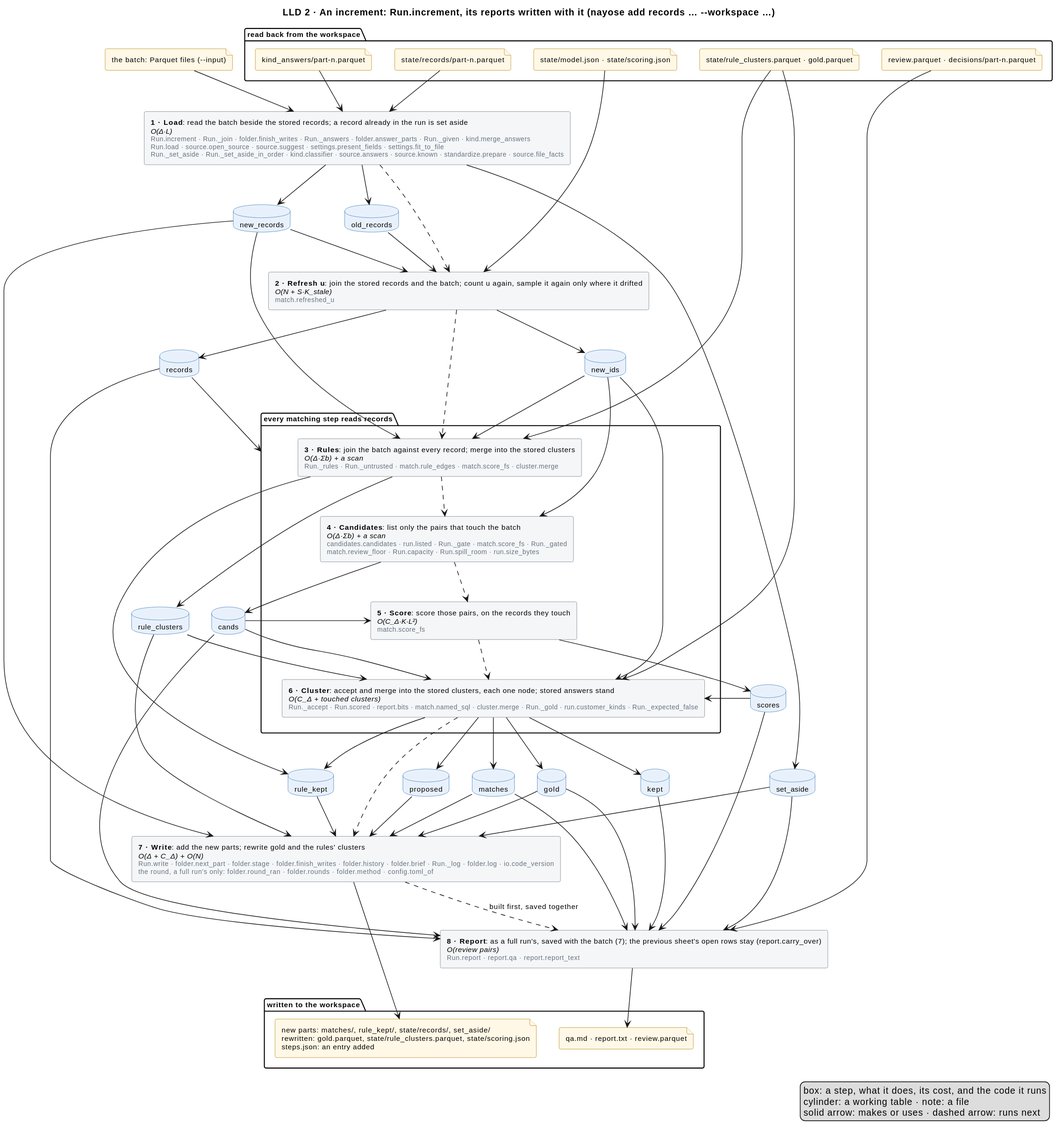
mvsbm/entity_matching keeps this PlantUML diagram as docs/diagrams/increment.svg. Above is the earlier version.
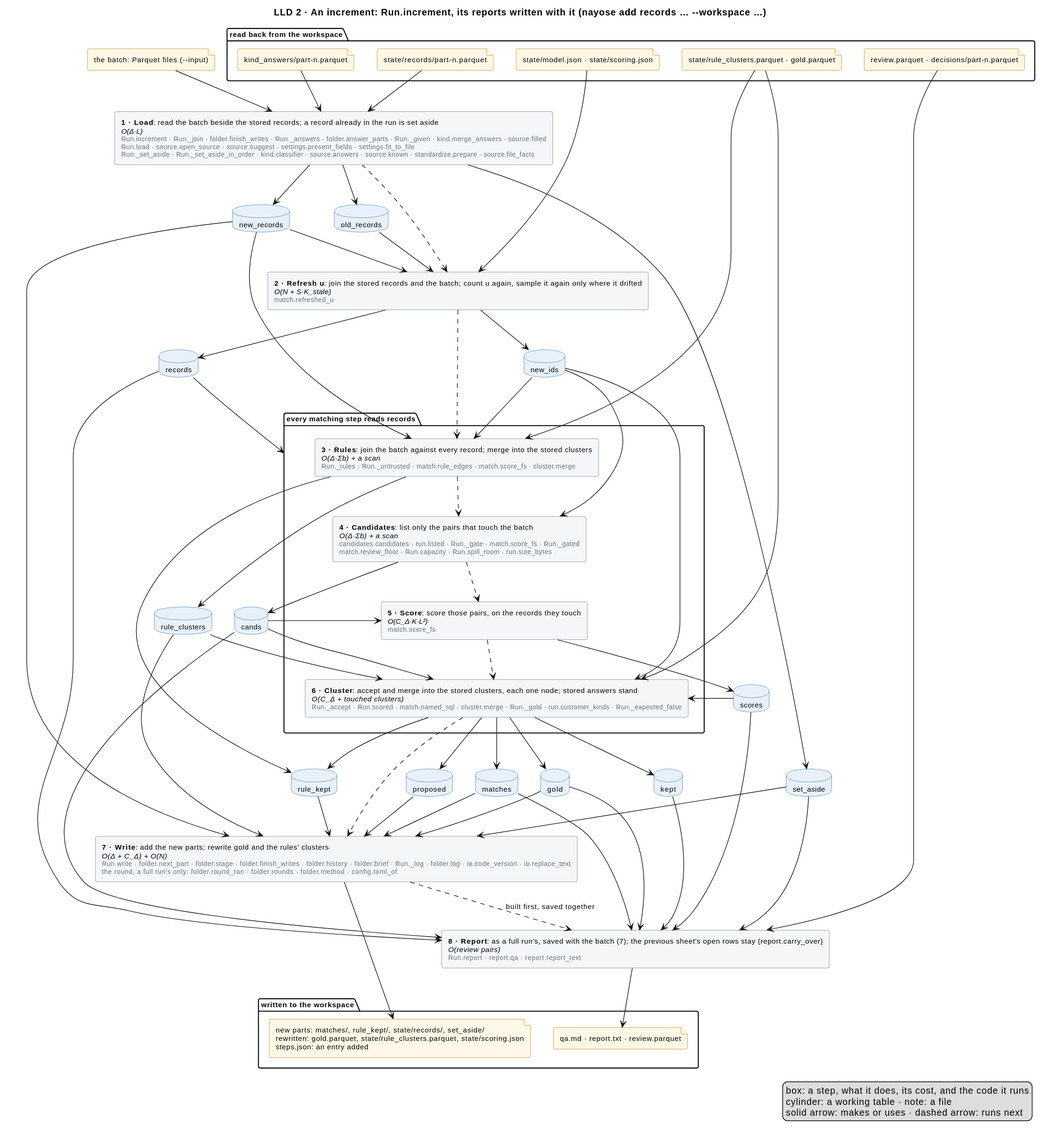
The same file after the commit.

Diff of the diagram source:
```diff
@@ -24,15 +24,15 @@
 file "the batch: Parquet files (~--input)" as f_batch
 
 
-rectangle "<b>1 · Load</b>: read the batch beside the stored records; a record already in the run is set aside\n<i>O(Δ·L)</i>\n<size:10><color:#65717E>Run.increment · Run._join · folder.finish_writes · Run._answers · folder.answer_parts · Run._given · kind.merge_answers</color></size>\n<size:10><color:#65717E>Run.load · source.open_source · source.suggest · settings.present_fields · settings.fit_to_file</color></size>\n<size:10><color:#65717E>Run._set_aside · Run._set_aside_in_order · kind.classifier · source.answers · source.known · standardize.prepare · source.file_facts</color></size>" as load
+rectangle "<b>1 · Load</b>: read the batch beside the stored records; a record already in the run is set aside\n<i>O(Δ·L)</i>\n<size:10><color:#65717E>Run.increment · Run._join · folder.finish_writes · Run._answers · folder.answer_parts · Run._given · kind.merge_answers · source.filled</color></size>\n<size:10><color:#65717E>Run.load · source.open_source · source.suggest · settings.present_fields · settings.fit_to_file</color></size>\n<size:10><color:#65717E>Run._set_aside · Run._set_aside_in_order · kind.classifier · source.answers · source.known · standardize.prepare · source.file_facts</color></size>" as load
 rectangle "<b>2 · Refresh u</b>: join the stored records and the batch; count u again, sample it again only where it drifted\n<i>O(N + S·K_stale)</i>\n<size:10><color:#65717E>match.refreshed_u</color></size>" as fit
 package "every matching step reads records" as matching {
   rectangle "<b>3 · Rules</b>: join the batch against every record; merge into the stored clusters\n<i>O(Δ·Σb) + a scan</i>\n<size:10><color:#65717E>Run._rules · Run._untrusted · match.rule_edges · match.score_fs · cluster.merge</color></size>" as rules
   rectangle "<b>4 · Candidates</b>: list only the pairs that touch the batch\n<i>O(Δ·Σb) + a scan</i>\n<size:10><color:#65717E>candidates.candidates · run.listed · Run._gate · match.score_fs · Run._gated</color></size>\n<size:10><color:#65717E>match.review_floor · Run.capacity · Run.spill_room · run.size_bytes</color></size>" as candidates
   rectangle "<b>5 · Score</b>: score those pairs, on the records they touch\n<i>O(C_Δ·K·L²)</i>\n<size:10><color:#65717E>match.score_fs</color></size>" as score
-  rectangle "<b>6 · Cluster</b>: accept and merge into the stored clusters, each one node; stored answers stand\n<i>O(C_Δ + touched clusters)</i>\n<size:10><color:#65717E>Run._accept · Run.scored · report.bits · match.named_sql · cluster.merge · Run._gold · run.customer_kinds · Run._expected_false</color></size>" as cluster
+  rectangle "<b>6 · Cluster</b>: accept and merge into the stored clusters, each one node; stored answers stand\n<i>O(C_Δ + touched clusters)</i>\n<size:10><color:#65717E>Run._accept · Run.scored · match.named_sql · cluster.merge · Run._gold · run.customer_kinds · Run._expected_false</color></size>" as cluster
 }
-rectangle "<b>7 · Write</b>: add the new parts; rewrite gold and the rules' clusters\n<i>O(Δ + C_Δ) + O(N)</i>\n<size:10><color:#65717E>Run.write · folder.next_part · folder.stage · folder.finish_writes · folder.history · folder.brief · Run._log · folder.log · io.code_version</color></size>\n<size:10><color:#65717E>the round, a full run's only: folder.round_ran · folder.rounds · folder.method · config.toml_of</color></size>" as write
+rectangle "<b>7 · Write</b>: add the new parts; rewrite gold and the rules' clusters\n<i>O(Δ + C_Δ) + O(N)</i>\n<size:10><color:#65717E>Run.write · folder.next_part · folder.stage · folder.finish_writes · folder.history · folder.brief · Run._log · folder.log · io.code_version · io.replace_text</color></size>\n<size:10><color:#65717E>the round, a full run's only: folder.round_ran · folder.rounds · folder.method · config.toml_of</color></size>" as write
 rectangle "<b>8 · Report</b>: as a full run's, saved with the batch (7); the previous sheet's open rows stay (report.carry_over)\n<i>O(review pairs)</i>\n<size:10><color:#65717E>Run.report · report.qa · report.report_text</color></size>" as report
 database "old_records" as old_records
 database "new_records" as new_records
```
